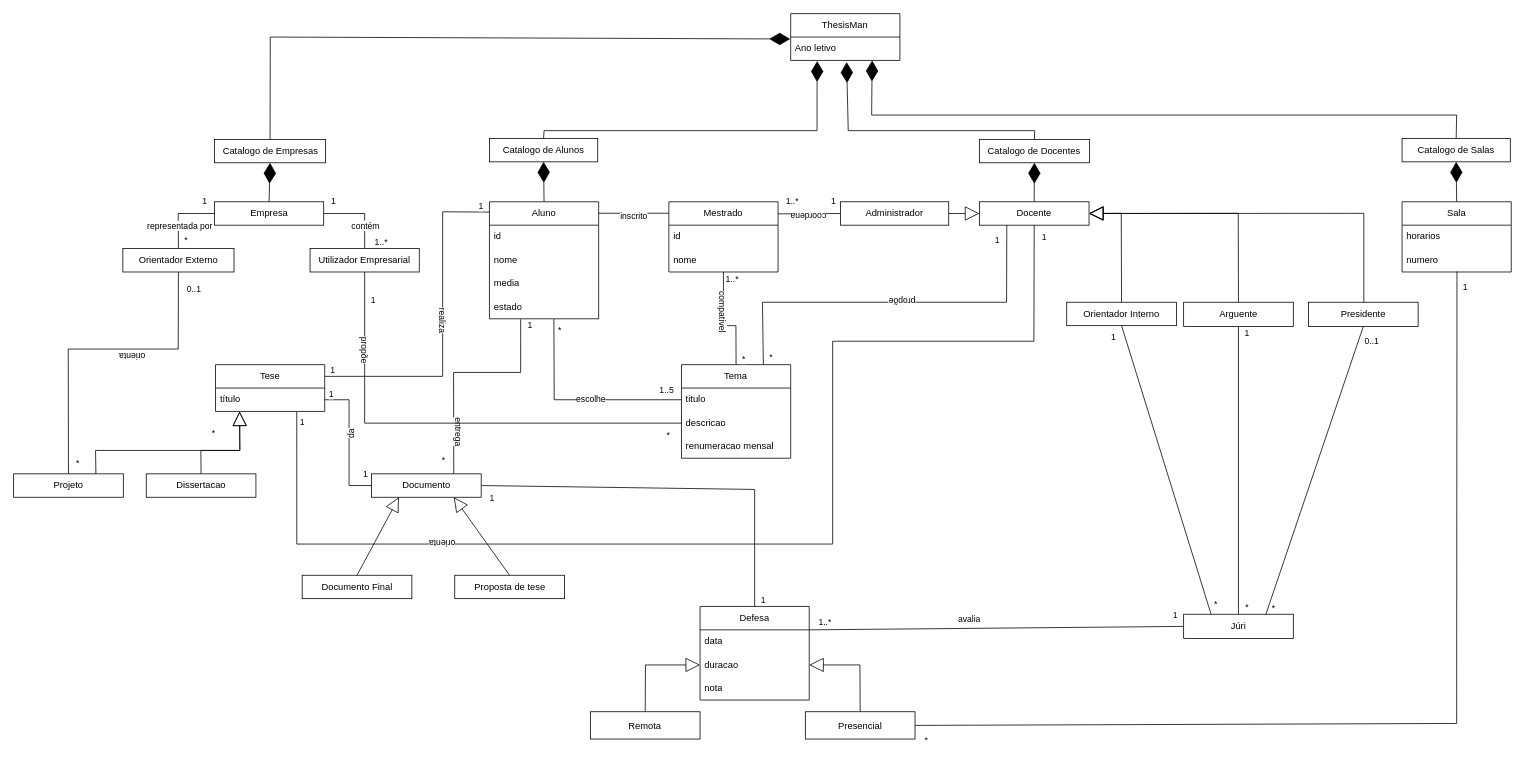
The draw.io diagram docs/DomainModel.drawio in Sapientia-PT/thesisman, before the edit. Source tidied: cells renumbered, new cells numbered last; positions are measured from the earlier drawing's top-left corner, leaving out a move shared by most shapes. Both pictures are drawn from the tidied source at 78%, with x=0, y=0 at pixel (13, 13).
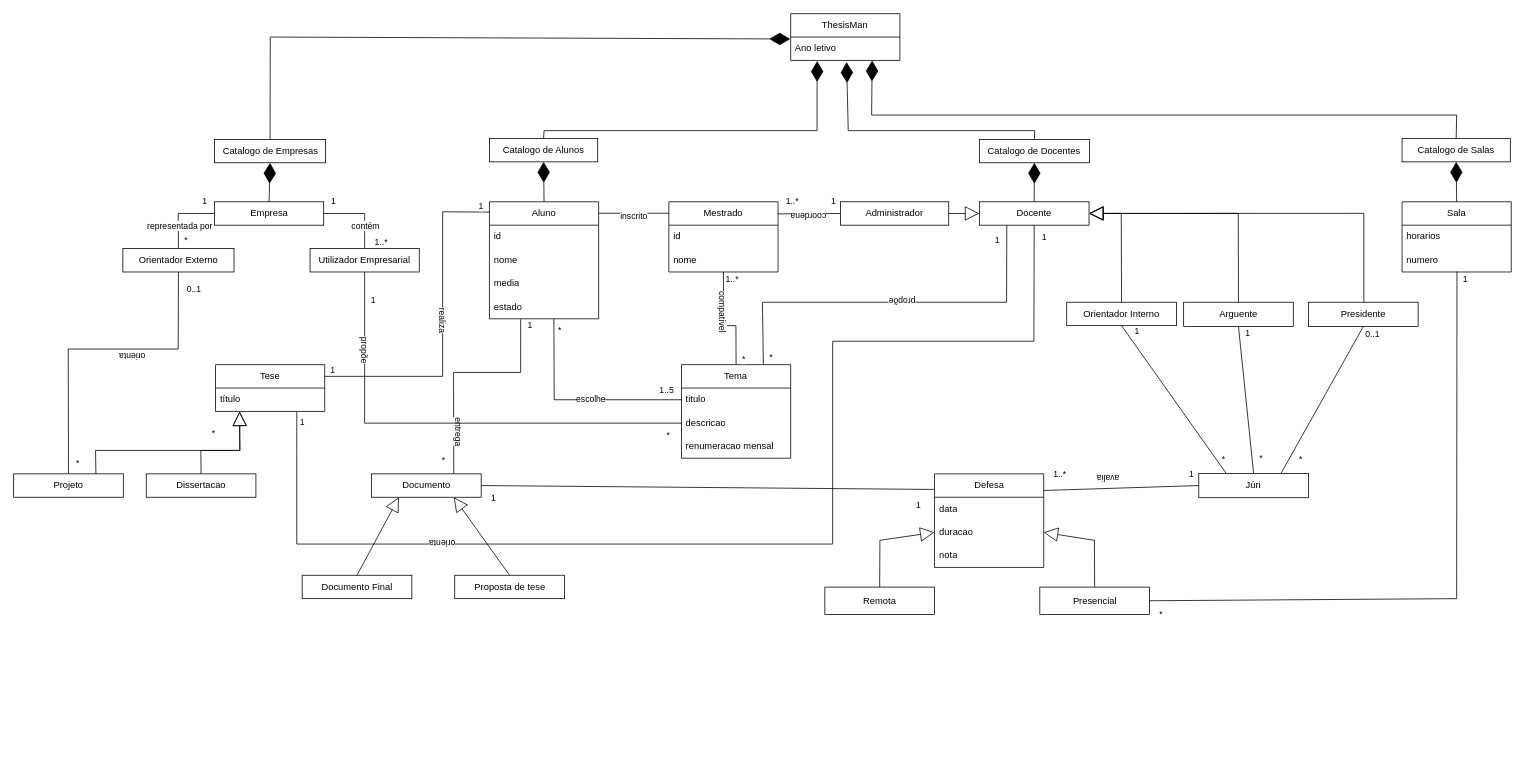
Above is the later version.

Commit message:
Removed connection between 'Tese' and 'Documento'. 'Aluno' is all we need to know the documents that are related to their thesis

Unchanged cells that the change refers to:
```xml
<mxCell id="23" value="Documento" style="html=1;whiteSpace=wrap;" parent="1" vertex="1">
  <mxGeometry x="458.8" y="590" width="140.6" height="30" as="geometry" />
</mxCell>
<mxCell id="60" value="numero" style="text;strokeColor=none;fillColor=none;align=left;verticalAlign=middle;spacingLeft=4;spacingRight=4;overflow=hidden;points=[[0,0.5],[1,0.5]];portConstraint=eastwest;whiteSpace=wrap;html=1;" parent="58" vertex="1">
  <mxGeometry y="60" width="140" height="30" as="geometry" />
</mxCell>
<mxCell id="77" value="título" style="text;strokeColor=none;fillColor=none;align=left;verticalAlign=middle;spacingLeft=4;spacingRight=4;overflow=hidden;points=[[0,0.5],[1,0.5]];portConstraint=eastwest;whiteSpace=wrap;html=1;" parent="76" vertex="1">
  <mxGeometry y="30" width="140" height="30" as="geometry" />
</mxCell>
<mxCell id="103" value="duracao" style="text;strokeColor=none;fillColor=none;align=left;verticalAlign=middle;spacingLeft=4;spacingRight=4;overflow=hidden;points=[[0,0.5],[1,0.5]];portConstraint=eastwest;whiteSpace=wrap;html=1;" parent="101" vertex="1">
  <mxGeometry y="60" width="140" height="30" as="geometry" />
</mxCell>
<mxCell id="117" style="endArrow=none;html=1;rounded=0;entryX=0.5;entryY=1;entryDx=0;entryDy=0;exitX=0.25;exitY=0;exitDx=0;exitDy=0;" parent="1" edge="1" source="120" target="6">
  <mxGeometry relative="1" as="geometry" />
</mxCell>
<mxCell id="126" style="endArrow=none;html=1;rounded=0;entryX=0.5;entryY=1;entryDx=0;entryDy=0;exitX=0.5;exitY=0;exitDx=0;exitDy=0;" parent="1" edge="1" source="120" target="7">
  <mxGeometry relative="1" as="geometry" />
</mxCell>
<mxCell id="130" style="endArrow=none;html=1;rounded=0;entryX=0.5;entryY=1;entryDx=0;entryDy=0;exitX=0.75;exitY=0;exitDx=0;exitDy=0;" parent="1" edge="1" source="120" target="125">
  <mxGeometry relative="1" as="geometry" />
</mxCell>
```

Change to the diagram source:
```diff
@@
-    <mxCell id="91" style="endArrow=none;html=1;rounded=0;entryX=1;entryY=0.5;entryDx=0;entryDy=0;exitX=0;exitY=0.5;exitDx=0;exitDy=0;" parent="1" edge="1" source="23" target="77">
-      <mxGeometry relative="1" as="geometry">
-        <Array as="points">
-          <mxPoint x="430" y="605" />
-          <mxPoint x="430" y="495" />
-        </Array>
-      </mxGeometry>
-    </mxCell>
-    <mxCell id="92" value="1" style="edgeLabel;html=1;align=center;verticalAlign=middle;" parent="91" vertex="1">
-      <mxGeometry x="0.88" y="-2" relative="1" as="geometry">
-        <mxPoint x="-2" y="-6" as="offset" />
-      </mxGeometry>
-    </mxCell>
-    <mxCell id="93" value="1" style="edgeLabel;html=1;align=center;verticalAlign=middle;" parent="91" vertex="1">
-      <mxGeometry x="-0.91" y="-1" relative="1" as="geometry">
-        <mxPoint y="-14" as="offset" />
-      </mxGeometry>
-    </mxCell>
-    <mxCell id="94" value="da" style="edgeLabel;html=1;align=center;verticalAlign=middle;rotation=-90;" parent="91" vertex="1">
-      <mxGeometry x="0.16" y="-3" relative="1" as="geometry">
-        <mxPoint y="5" as="offset" />
-      </mxGeometry>
-    </mxCell>
@@
     <mxCell id="99" style="endArrow=block;endSize=16;endFill=0;html=1;rounded=0;entryX=0;entryY=0.5;entryDx=0;entryDy=0;exitX=0.5;exitY=0;exitDx=0;exitDy=0;" parent="1" edge="1" source="115" target="103">
       <mxGeometry relative="1" as="geometry">
         <Array as="points">
-          <mxPoint x="810" y="835" />
+          <mxPoint x="1110.6" y="675.2" />
         </Array>
       </mxGeometry>
     </mxCell>
     <mxCell id="100" style="endArrow=block;endSize=16;endFill=0;html=1;rounded=0;exitX=0.5;exitY=0;exitDx=0;exitDy=0;entryX=1;entryY=0.5;entryDx=0;entryDy=0;" parent="1" edge="1" source="116" target="103">
       <mxGeometry relative="1" as="geometry">
         <Array as="points">
-          <mxPoint x="1085" y="835" />
+          <mxPoint x="1385.6" y="675.2" />
         </Array>
       </mxGeometry>
     </mxCell>
     <mxCell id="101" value="Defesa" style="swimlane;fontStyle=0;horizontal=1;startSize=30;whiteSpace=wrap;html=1;" parent="1" vertex="1">
-      <mxGeometry x="880" y="760" width="140" height="120" as="geometry" />
+      <mxGeometry x="1180.6" y="590" width="140" height="120" as="geometry" />
     </mxCell>
@@
-    <mxCell id="109" style="endArrow=none;html=1;rounded=0;entryX=0.5;entryY=0;entryDx=0;entryDy=0;exitX=1;exitY=0.5;exitDx=0;exitDy=0;" parent="1" edge="1" source="23" target="101">
+    <mxCell id="109" style="endArrow=none;html=1;rounded=0;exitX=1;exitY=0.5;exitDx=0;exitDy=0;" parent="1" edge="1" source="23">
       <mxGeometry relative="1" as="geometry">
-        <Array as="points">
-          <mxPoint x="950" y="610" />
-        </Array>
+        <mxPoint x="1180" y="610" as="targetPoint" />
       </mxGeometry>
     </mxCell>
@@
     <mxCell id="112" style="endArrow=none;html=1;rounded=0;entryX=0.503;entryY=0.98;entryDx=0;entryDy=0;entryPerimeter=0;exitX=1;exitY=0.5;exitDx=0;exitDy=0;" parent="1" edge="1" source="116" target="60">
       <mxGeometry relative="1" as="geometry">
         <Array as="points">
-          <mxPoint x="1850" y="910" />
+          <mxPoint x="1850" y="750" />
         </Array>
       </mxGeometry>
     </mxCell>
     <mxCell id="113" value="*" style="edgeLabel;html=1;align=center;verticalAlign=middle;" parent="112" vertex="1">
       <mxGeometry x="-0.96" y="1" relative="1" as="geometry">
-        <mxPoint x="-11" y="19" as="offset" />
+        <mxPoint x="-2" y="18" as="offset" />
       </mxGeometry>
     </mxCell>
@@
     <mxCell id="115" value="Remota" style="html=1;whiteSpace=wrap;" parent="1" vertex="1">
-      <mxGeometry x="739.4" y="895" width="140.6" height="35" as="geometry" />
+      <mxGeometry x="1040" y="735.2" width="140.6" height="35" as="geometry" />
     </mxCell>
     <mxCell id="116" value="Presencial" style="html=1;whiteSpace=wrap;" parent="1" vertex="1">
-      <mxGeometry x="1015" y="895" width="140.6" height="35" as="geometry" />
+      <mxGeometry x="1315.6" y="735.2" width="140.6" height="35" as="geometry" />
     </mxCell>
@@
     <mxCell id="118" value="*" style="edgeLabel;html=1;align=center;verticalAlign=middle;" parent="117" vertex="1">
       <mxGeometry x="-0.92" y="2" relative="1" as="geometry">
-        <mxPoint x="12" as="offset" />
+        <mxPoint x="3" y="-13" as="offset" />
       </mxGeometry>
     </mxCell>
     <mxCell id="119" value="1" style="edgeLabel;html=1;align=center;verticalAlign=middle;" parent="117" vertex="1">
       <mxGeometry x="0.92" y="-1" relative="1" as="geometry">
-        <mxPoint x="-16" as="offset" />
+        <mxPoint x="13" as="offset" />
       </mxGeometry>
     </mxCell>
     <mxCell id="120" value="Júri" style="whiteSpace=wrap;html=1;" parent="1" vertex="1">
-      <mxGeometry x="1500" y="770" width="140.6" height="31.2" as="geometry" />
+      <mxGeometry x="1519.4" y="589.4" width="140.6" height="31.2" as="geometry" />
     </mxCell>
-    <mxCell id="121" style="endArrow=none;html=1;rounded=0;exitX=1;exitY=0.25;exitDx=0;exitDy=0;entryX=0;entryY=0.5;entryDx=0;entryDy=0;" parent="1" edge="1" source="101" target="120">
+    <mxCell id="121" style="endArrow=none;html=1;rounded=0;exitX=0.996;exitY=0.178;exitDx=0;exitDy=0;exitPerimeter=0;entryX=0;entryY=0.5;entryDx=0;entryDy=0;" parent="1" edge="1" source="101" target="120">
       <mxGeometry relative="1" as="geometry" />
     </mxCell>
-    <mxCell id="122" value="avalia" style="edgeLabel;html=1;align=center;verticalAlign=middle;" parent="121" vertex="1">
+    <mxCell id="122" value="avalia" style="edgeLabel;html=1;align=center;verticalAlign=middle;rotation=180;" parent="121" vertex="1">
       <mxGeometry x="-0.15" y="-1" relative="1" as="geometry">
         <mxPoint y="-13" as="offset" />
       </mxGeometry>
     </mxCell>
     <mxCell id="123" value="1..*" style="edgeLabel;html=1;align=center;verticalAlign=middle;" parent="121" vertex="1">
       <mxGeometry x="-0.85" y="1" relative="1" as="geometry">
-        <mxPoint x="-16" y="-9" as="offset" />
+        <mxPoint x="5" y="-20" as="offset" />
       </mxGeometry>
     </mxCell>
-    <mxCell id="124" value="1" style="edgeLabel;html=1;align=center;verticalAlign=middle;" parent="121" vertex="1">
+    <mxCell id="124" value="1" style="edgeLabel;html=1;align=center;verticalAlign=middle;rotation=0;" parent="121" vertex="1">
       <mxGeometry x="0.76" y="-1" relative="1" as="geometry">
-        <mxPoint x="47" y="-17" as="offset" />
+        <mxPoint x="14" y="-17" as="offset" />
       </mxGeometry>
     </mxCell>
@@
     <mxCell id="128" value="*" style="edgeLabel;html=1;align=center;verticalAlign=middle;" parent="126" vertex="1">
       <mxGeometry x="-0.91" relative="1" as="geometry">
-        <mxPoint x="10" y="7" as="offset" />
+        <mxPoint x="10" y="-11" as="offset" />
       </mxGeometry>
     </mxCell>
     <mxCell id="129" value="1" style="edgeLabel;html=1;align=center;verticalAlign=middle;" parent="126" vertex="1">
       <mxGeometry x="0.85" relative="1" as="geometry">
-        <mxPoint x="10" y="-20" as="offset" />
+        <mxPoint x="10" y="-6" as="offset" />
       </mxGeometry>
     </mxCell>
@@
     <mxCell id="132" value="*" style="edgeLabel;html=1;align=center;verticalAlign=middle;" parent="130" vertex="1">
       <mxGeometry x="-0.88" y="-2" relative="1" as="geometry">
-        <mxPoint y="13" as="offset" />
+        <mxPoint x="17" y="-9" as="offset" />
       </mxGeometry>
     </mxCell>
```
